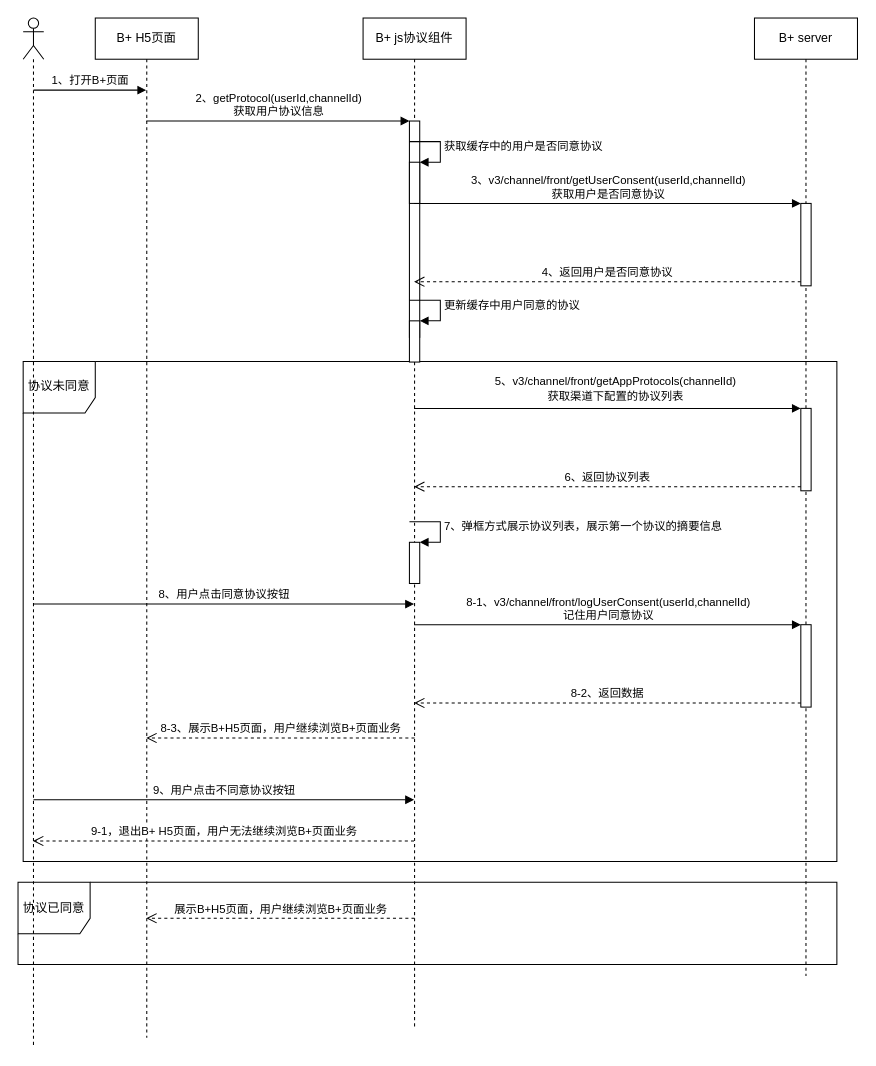
This is page "B+协议弹框流程" (4 of 6) of B+流程图.drawio from huturenji/drawio, a draw.io file, before an edit. Source tidied: cells renumbered, new cells numbered last; positions are measured from the earlier drawing's top-left corner, leaving out a move shared by most shapes. Both pictures are drawn from the tidied source at 103%, with x=0, y=0 at pixel (18, 18).
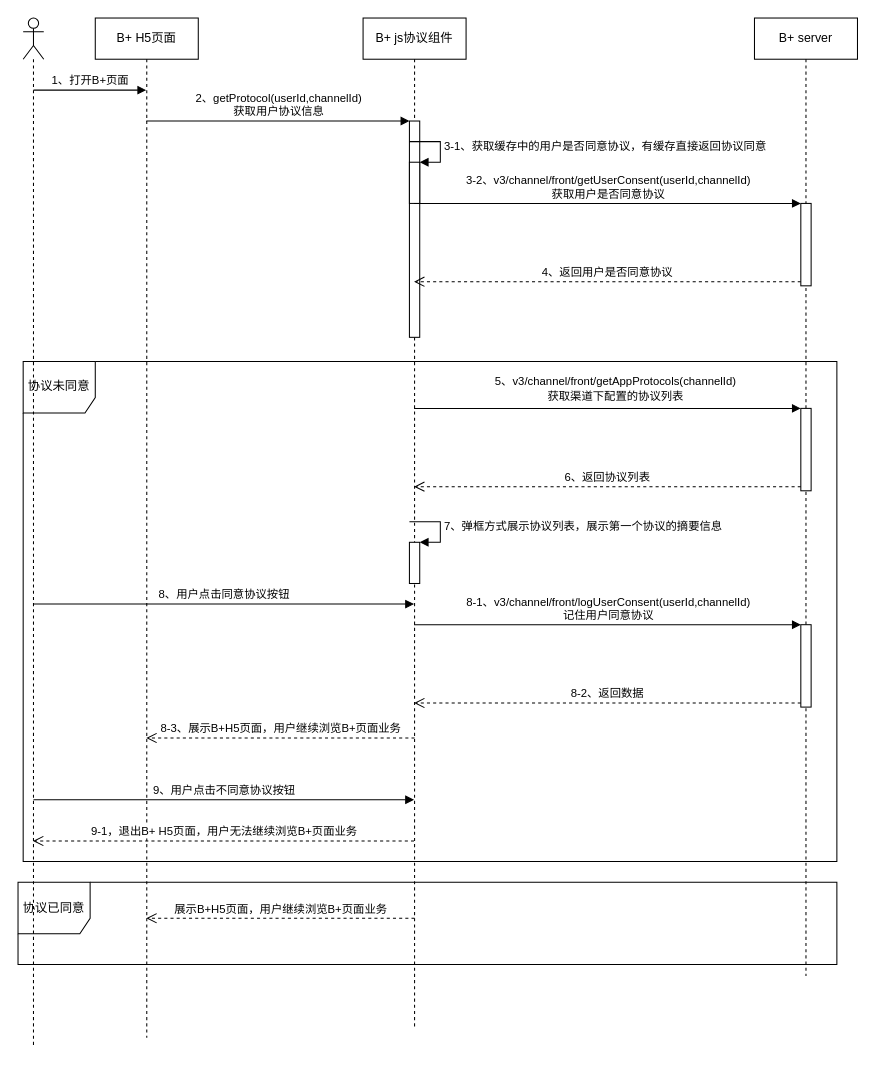
After the change.

The change refers to these unchanged cells:
```xml
<mxCell id="9" value="B+ js协议组件" style="shape=umlLifeline;perimeter=lifelinePerimeter;whiteSpace=wrap;html=1;outlineConnect=0;" parent="1" vertex="1">
  <mxGeometry x="335" width="100" height="980" as="geometry" />
</mxCell>
<mxCell id="13" style="html=1;points=[];perimeter=orthogonalPerimeter;" parent="9" vertex="1">
  <mxGeometry x="45" y="140" width="10" height="40" as="geometry" />
</mxCell>
<mxCell id="18" style="html=1;points=[];perimeter=orthogonalPerimeter;" parent="17" vertex="1">
  <mxGeometry x="45" y="180" width="10" height="80" as="geometry" />
</mxCell>
```

The edit, as a diff of the source:
```diff
@@
-    <mxCell id="14" value="获取缓存中的用户是否同意协议" style="edgeStyle=orthogonalEdgeStyle;html=1;align=left;spacingLeft=2;endArrow=block;rounded=0;entryX=1;entryY=0;" parent="9" edge="1" target="13">
+    <mxCell id="14" value="3-1、获取缓存中的用户是否同意协议，有缓存直接返回协议同意" style="edgeStyle=orthogonalEdgeStyle;html=1;align=left;spacingLeft=2;endArrow=block;rounded=0;entryX=1;entryY=0;" parent="9" edge="1" target="13">
       <mxGeometry relative="1" as="geometry">
         <mxPoint x="45" y="120" as="sourcePoint" />
         <Array as="points">
           <mxPoint x="75" y="120" />
         </Array>
       </mxGeometry>
     </mxCell>
-    <mxCell id="15" style="html=1;points=[];perimeter=orthogonalPerimeter;" parent="9" vertex="1">
-      <mxGeometry x="45" y="294" width="10" height="40" as="geometry" />
-    </mxCell>
-    <mxCell id="16" value="更新缓存中用户同意的协议" style="edgeStyle=orthogonalEdgeStyle;html=1;align=left;spacingLeft=2;endArrow=block;rounded=0;entryX=1;entryY=0;" parent="9" edge="1" target="15">
-      <mxGeometry relative="1" as="geometry">
-        <mxPoint x="45" y="274" as="sourcePoint" />
-        <Array as="points">
-          <mxPoint x="75" y="274" />
-        </Array>
-      </mxGeometry>
-    </mxCell>
@@
-    <mxCell id="22" value="&lt;br&gt;3、v3/channel/front/getUserConsent(userId,channelId)&lt;br&gt;获取用户是否同意协议" style="html=1;verticalAlign=bottom;endArrow=block;entryX=0;entryY=0;rounded=0;" parent="1" edge="1" source="9" target="18">
+    <mxCell id="22" value="&lt;br&gt;3-2、v3/channel/front/getUserConsent(userId,channelId)&lt;br&gt;获取用户是否同意协议" style="html=1;verticalAlign=bottom;endArrow=block;entryX=0;entryY=0;rounded=0;" parent="1" edge="1" source="9" target="18">
       <mxGeometry relative="1" as="geometry" />
     </mxCell>
```
